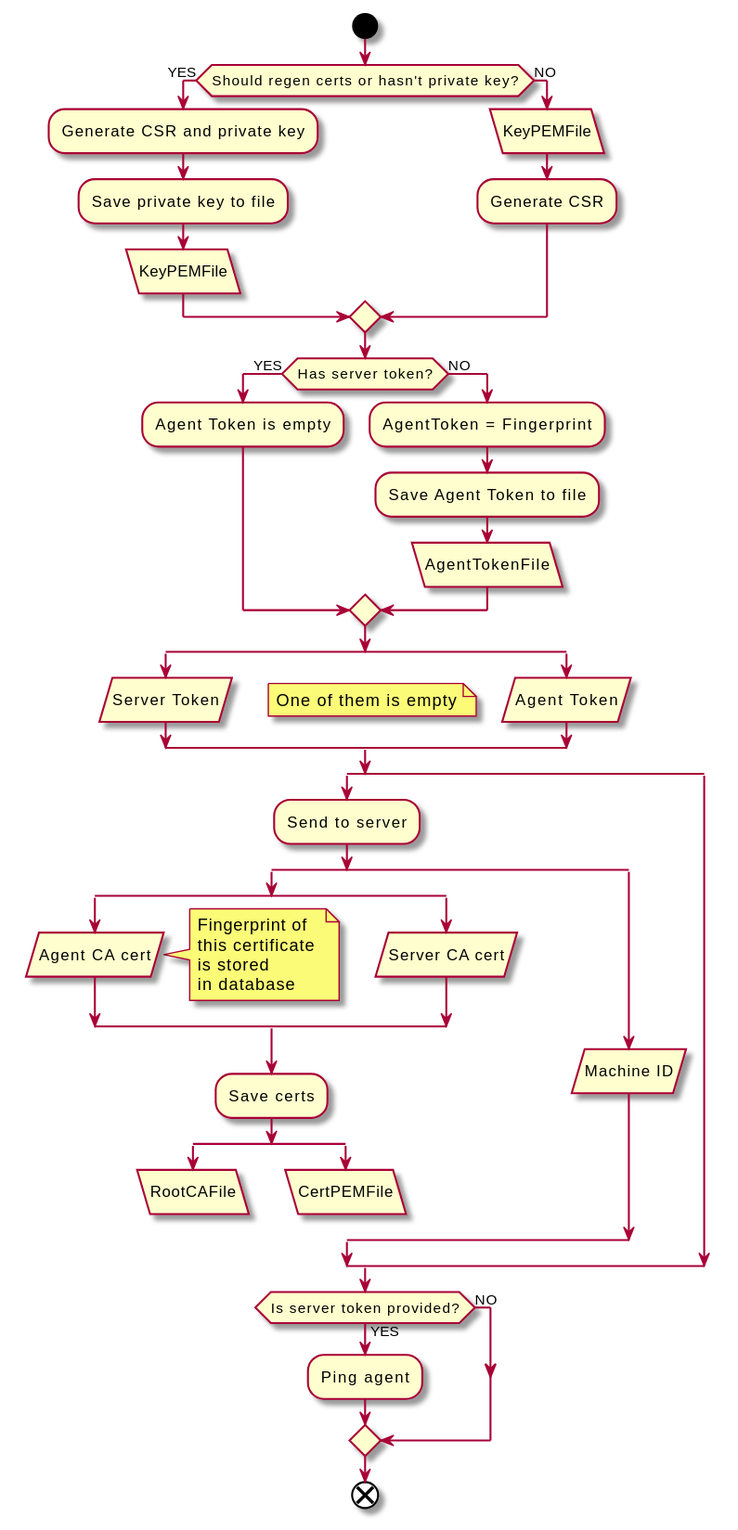
Before: doc/uml/registration-agent.svg, a diagram exported from PlantUML (isc-projects/stork).
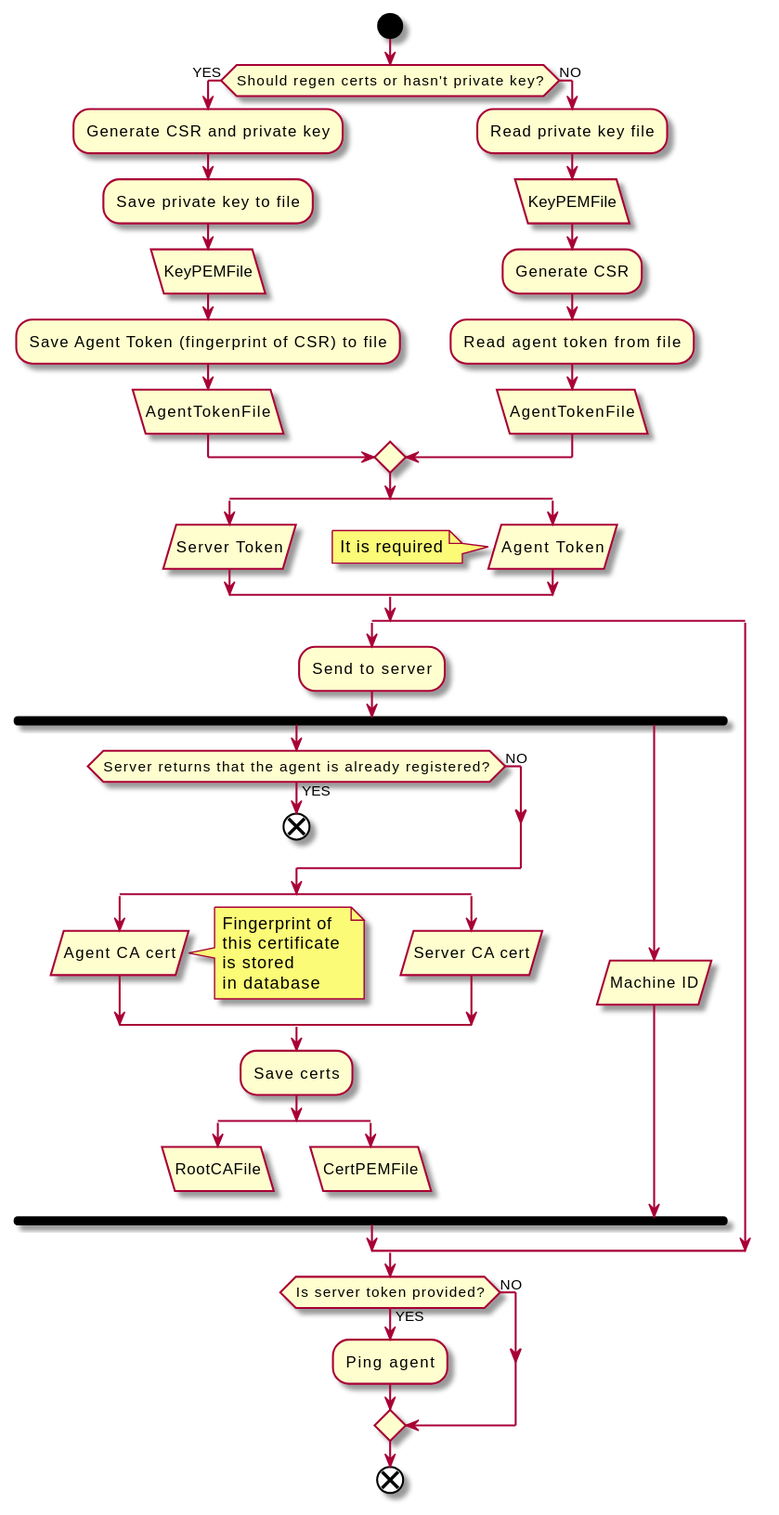
Later version of the same file.

The edit, as a diff of the source:
```diff
@@ -5,16 +5,13 @@
     :Generate CSR and private key;
     :Save private key to file;
     :KeyPEMFile\\
+    :Save Agent Token (fingerprint of CSR) to file;
+    :AgentTokenFile\\
 else (NO)
+    :Read private key file;
     :KeyPEMFile\\
     :Generate CSR;
-endif
-
-if (Has server token?) is (YES) then
-    :Agent Token is empty;
-else (NO)
-    :AgentToken = Fingerprint;
-    :Save Agent Token to file;
+    :Read agent token from file;
     :AgentTokenFile\\
 endif
 
@@ -22,12 +19,16 @@
     :Server Token/
 split again
     :Agent Token/
+    note left: It is required
 end split
-floating note left: One of them is empty
 
 split
     :Send to server;
-    split
+    fork
+        if (Server returns that the agent is already registered?) is (YES) then
+            end
+        else (NO)
+        endif
         split
             :Agent CA cert/
             note right
@@ -47,9 +48,9 @@
             :CertPEMFile\\
             detach
         end split
-    split again
+    fork again
         :Machine ID/
-    end split
+    end fork
 
 split again
 end split
```
